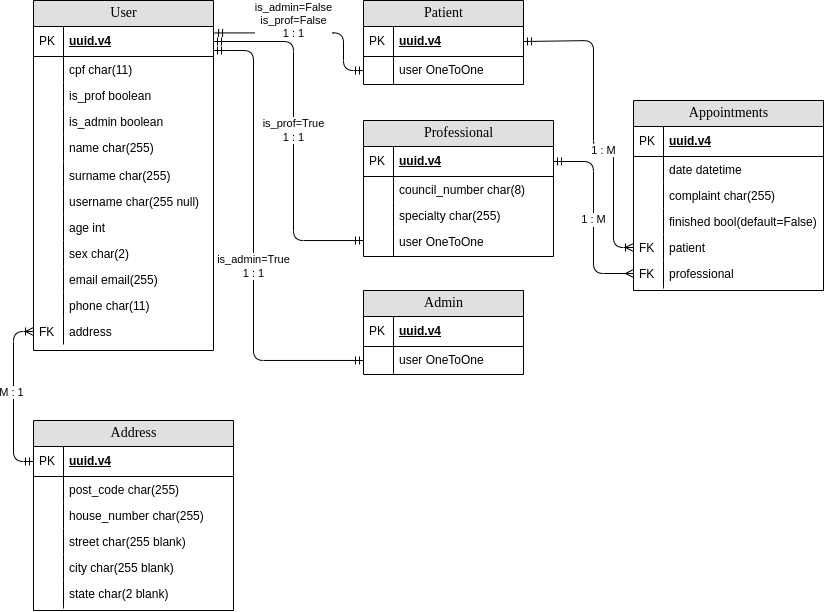
Above: kenzie_doc_django.drawio.png in AndreKuratomi/kenzie_doc_django (draw.io), before the change. Source tidied: cells renumbered, new cells last; positions are measured from the earlier drawing's top-left corner, leaving out a move shared by most shapes.
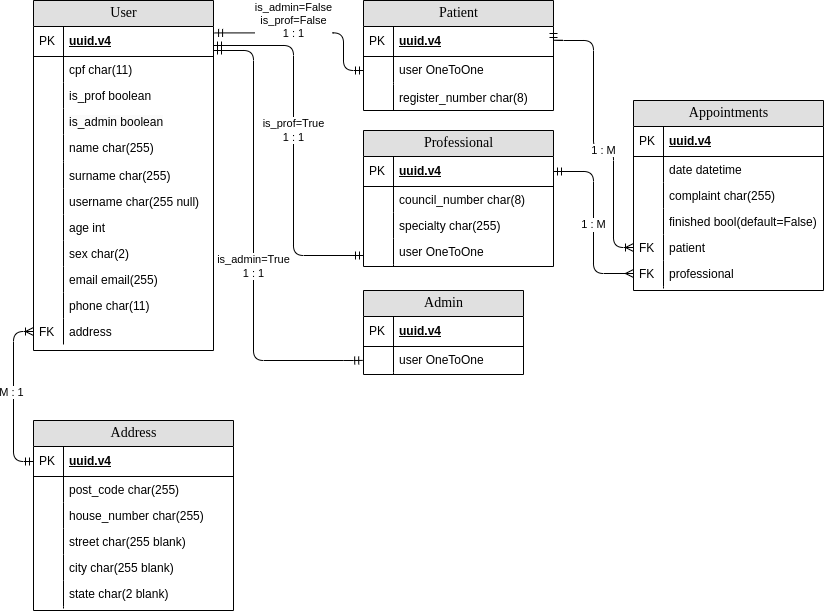
Later version of the same file.

The edit, as a diff of the source:
```diff
@@ -92,28 +92,34 @@
       </mxGeometry>
     </mxCell>
     <mxCell id="31" value="Patient" style="swimlane;html=1;fontStyle=0;horizontal=1;startSize=26;fillColor=#e0e0e0;swimlaneFillColor=#ffffff;align=center;rounded=0;shadow=0;comic=0;labelBackgroundColor=none;strokeWidth=1;fontFamily=Verdana;fontSize=14;" parent="1" vertex="1">
-      <mxGeometry x="330" width="160" height="84" as="geometry" />
+      <mxGeometry x="330" width="190" height="110" as="geometry" />
     </mxCell>
     <mxCell id="32" value="uuid.v4" style="shape=partialRectangle;top=0;left=0;right=0;bottom=1;html=1;align=left;verticalAlign=middle;fillColor=none;spacingLeft=34;spacingRight=4;whiteSpace=wrap;overflow=hidden;points=[[0,0.5],[1,0.5]];portConstraint=eastwest;fontStyle=5;" parent="31" vertex="1">
-      <mxGeometry y="26" width="160" height="30" as="geometry" />
+      <mxGeometry y="26" width="190" height="30" as="geometry" />
     </mxCell>
     <mxCell id="33" value="PK" style="shape=partialRectangle;top=0;left=0;bottom=0;html=1;fillColor=none;align=left;verticalAlign=middle;spacingLeft=4;spacingRight=4;whiteSpace=wrap;overflow=hidden;" parent="32" vertex="1">
       <mxGeometry width="30" height="30" as="geometry" />
     </mxCell>
     <mxCell id="34" value="user OneToOne" style="shape=partialRectangle;top=0;left=0;right=0;bottom=0;html=1;align=left;verticalAlign=top;fillColor=none;spacingLeft=34;spacingRight=4;whiteSpace=wrap;overflow=hidden;points=[[0,0.5],[1,0.5]];portConstraint=eastwest;" parent="31" vertex="1">
-      <mxGeometry y="56" width="160" height="26" as="geometry" />
+      <mxGeometry y="56" width="190" height="26" as="geometry" />
     </mxCell>
     <mxCell id="35" style="shape=partialRectangle;top=0;left=0;bottom=0;html=1;fillColor=none;align=left;verticalAlign=top;spacingLeft=4;spacingRight=4;whiteSpace=wrap;overflow=hidden;" parent="34" vertex="1">
       <mxGeometry width="30" height="26" as="geometry" />
     </mxCell>
     <mxCell id="36" style="shape=partialRectangle;top=0;left=0;right=0;bottom=0;html=1;align=left;verticalAlign=top;fillColor=none;spacingLeft=34;spacingRight=4;whiteSpace=wrap;overflow=hidden;" parent="31" vertex="1">
-      <mxGeometry y="82" width="160" height="2" as="geometry" />
+      <mxGeometry y="82" width="190" height="2" as="geometry" />
     </mxCell>
     <mxCell id="37" style="shape=partialRectangle;top=0;left=0;bottom=0;html=1;fillColor=none;align=left;verticalAlign=top;spacingLeft=4;spacingRight=4;whiteSpace=wrap;overflow=hidden;" parent="36" vertex="1">
       <mxGeometry width="30" height="2" as="geometry" />
     </mxCell>
+    <mxCell id="97" value="register_number char(8)" style="shape=partialRectangle;top=0;left=0;right=0;bottom=0;html=1;align=left;verticalAlign=top;fillColor=none;spacingLeft=34;spacingRight=4;whiteSpace=wrap;overflow=hidden;" parent="31" vertex="1">
+      <mxGeometry y="84" width="190" height="26" as="geometry" />
+    </mxCell>
+    <mxCell id="98" style="shape=partialRectangle;top=0;left=0;bottom=0;html=1;fillColor=none;align=left;verticalAlign=top;spacingLeft=4;spacingRight=4;whiteSpace=wrap;overflow=hidden;" parent="97" vertex="1">
+      <mxGeometry width="30" height="26" as="geometry" />
+    </mxCell>
     <mxCell id="38" value="Professional" style="swimlane;html=1;fontStyle=0;horizontal=1;startSize=26;fillColor=#e0e0e0;swimlaneFillColor=#ffffff;align=center;rounded=0;shadow=0;comic=0;labelBackgroundColor=none;strokeWidth=1;fontFamily=Verdana;fontSize=14;" parent="1" vertex="1">
-      <mxGeometry x="330" y="120" width="190" height="136" as="geometry" />
+      <mxGeometry x="330" y="130" width="190" height="136" as="geometry" />
     </mxCell>
     <mxCell id="39" value="uuid.v4" style="shape=partialRectangle;top=0;left=0;right=0;bottom=1;html=1;align=left;verticalAlign=middle;fillColor=none;spacingLeft=34;spacingRight=4;whiteSpace=wrap;overflow=hidden;points=[[0,0.5],[1,0.5]];portConstraint=eastwest;fontStyle=5;" parent="38" vertex="1">
       <mxGeometry y="26" width="190" height="30" as="geometry" />
@@ -222,23 +228,25 @@
         <mxPoint x="2" y="-2" as="offset" />
       </mxGeometry>
     </mxCell>
-    <mxCell id="74" style="edgeStyle=orthogonalEdgeStyle;rounded=1;jettySize=auto;html=1;entryX=0;entryY=0.5;entryDx=0;entryDy=0;curved=0;endArrow=ERmandOne;endFill=0;startArrow=ERmandOne;startFill=0;exitX=1;exitY=0.8;exitDx=0;exitDy=0;exitPerimeter=0;" parent="1" edge="1" source="3" target="52">
+    <mxCell id="74" style="edgeStyle=orthogonalEdgeStyle;rounded=1;jettySize=auto;html=1;curved=0;endArrow=ERmandOne;endFill=0;startArrow=ERmandOne;startFill=0;exitX=1;exitY=0.8;exitDx=0;exitDy=0;exitPerimeter=0;entryX=-0.005;entryY=0.535;entryDx=0;entryDy=0;entryPerimeter=0;" parent="1" edge="1" source="3" target="52">
       <mxGeometry relative="1" as="geometry">
         <Array as="points">
           <mxPoint x="220" y="50" />
           <mxPoint x="220" y="360" />
+          <mxPoint x="320" y="360" />
         </Array>
       </mxGeometry>
     </mxCell>
     <mxCell id="75" value="&lt;div&gt;is_admin=True&lt;/div&gt;1 : 1" style="edgeLabel;html=1;align=center;verticalAlign=middle;" parent="1" vertex="1">
       <mxGeometry x="220" y="266" as="geometry" />
     </mxCell>
-    <mxCell id="76" style="edgeStyle=orthogonalEdgeStyle;rounded=1;jettySize=auto;html=1;exitX=1;exitY=0.5;exitDx=0;exitDy=0;entryX=0;entryY=0.5;entryDx=0;entryDy=0;curved=0;endArrow=ERmandOne;endFill=0;startArrow=ERmandOne;startFill=0;" parent="1" edge="1" source="3" target="45">
+    <mxCell id="76" style="edgeStyle=orthogonalEdgeStyle;rounded=1;orthogonalLoop=1;jettySize=auto;html=1;exitX=1;exitY=0.5;exitDx=0;exitDy=0;entryX=0;entryY=0.5;entryDx=0;entryDy=0;curved=0;endArrow=ERmandOne;endFill=0;startArrow=ERmandOne;startFill=0;" parent="1" edge="1">
       <mxGeometry relative="1" as="geometry">
+        <mxPoint x="180" y="45" as="sourcePoint" />
+        <mxPoint x="330" y="255" as="targetPoint" />
         <Array as="points">
-          <mxPoint x="260" y="41" />
-          <mxPoint x="260" y="240" />
-          <mxPoint x="330" y="240" />
+          <mxPoint x="260" y="45" />
+          <mxPoint x="260" y="255" />
         </Array>
       </mxGeometry>
     </mxCell>
```
